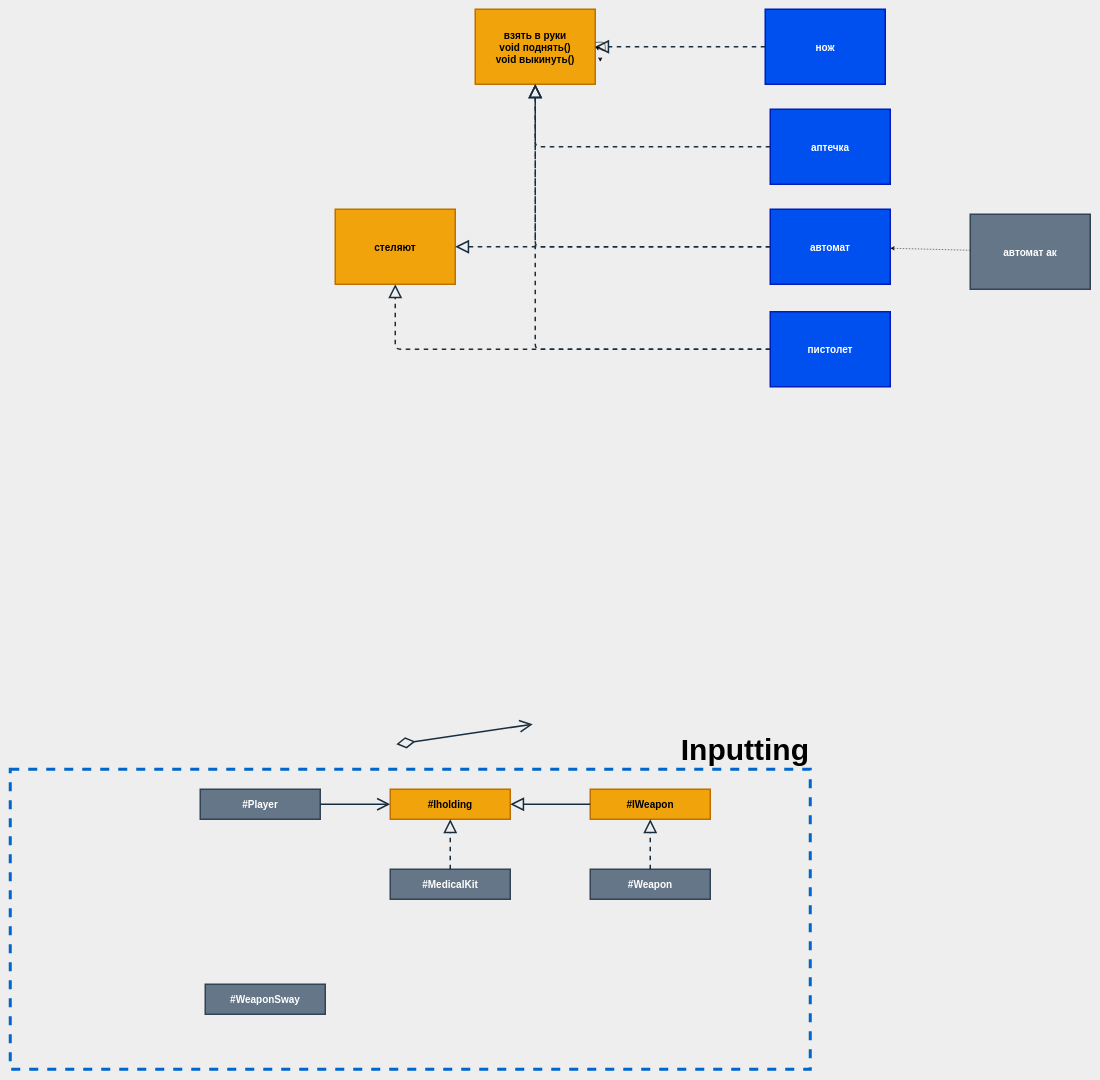
Before: Shooter/Assets/Scripts/Map/Map.drawio in Anton2781618/Shooter, a draw.io diagram. Source tidied: cells renumbered, new cells numbered last; positions are measured from the earlier drawing's top-left corner, leaving out a move shared by most shapes. Both pictures are drawn from the tidied source at 50%, with x=0, y=0 at pixel (10, 9).
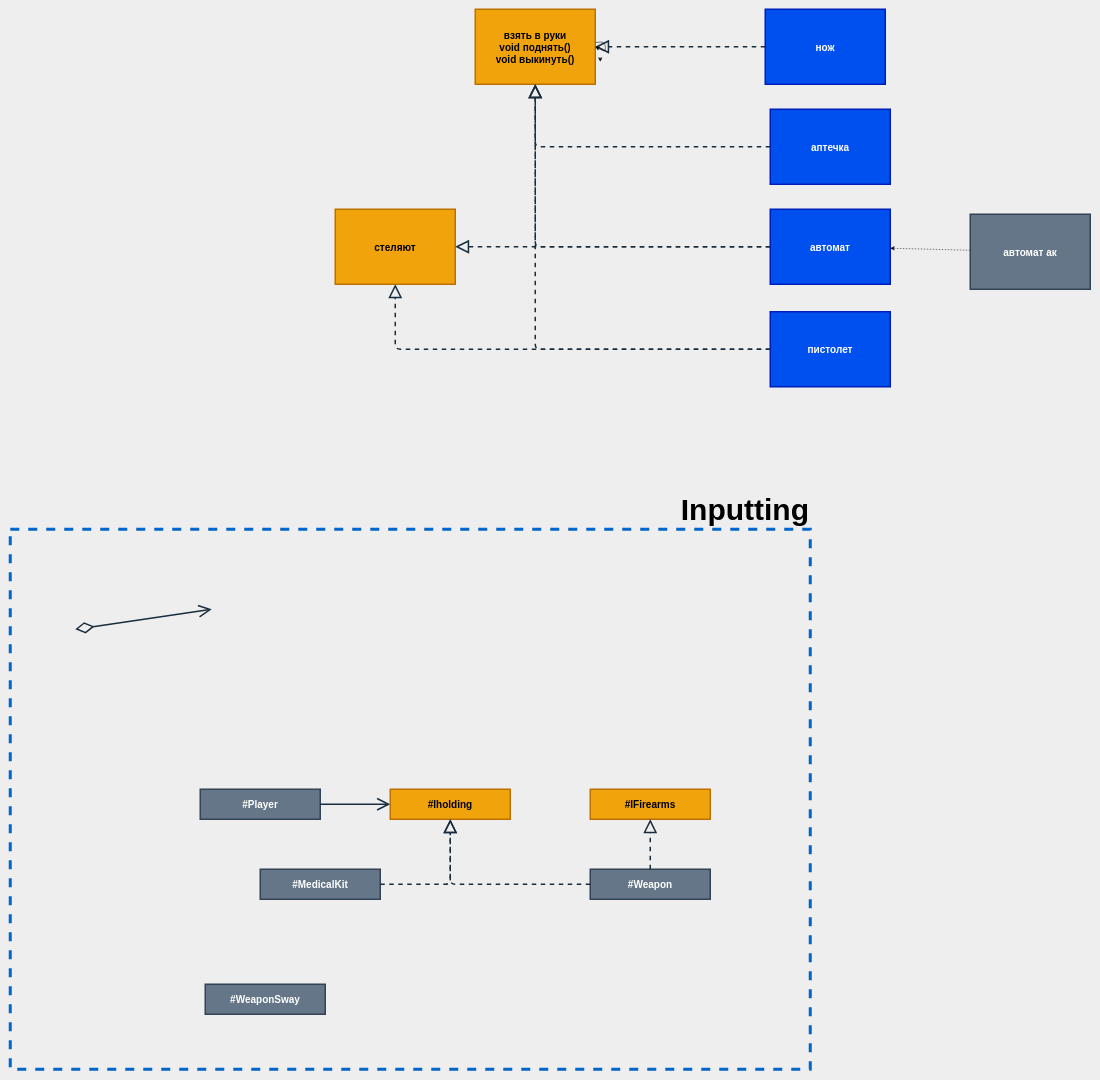
The same page after the edit.

Unchanged cells that the change refers to:
```xml
<mxCell id="5" value="#Weapon" style="whiteSpace=wrap;fillColor=#647687;labelBackgroundColor=none;strokeWidth=3;strokeColor=#314354;fontSize=20;fontStyle=1;fontColor=#ffffff;" parent="1" vertex="1">
  <mxGeometry x="1160" y="1720" width="240" height="60" as="geometry" />
</mxCell>
<mxCell id="9" value="#Iholding" style="whiteSpace=wrap;fillColor=#f0a30a;labelBackgroundColor=none;strokeWidth=3;strokeColor=#BD7000;fontSize=20;fontStyle=1;fontColor=#000000;" parent="1" vertex="1">
  <mxGeometry x="760" y="1560" width="240" height="60" as="geometry" />
</mxCell>
```

Diff of the diagram source:
```diff
@@
-    <mxCell id="2" value="#IWeapon" style="whiteSpace=wrap;fillColor=#f0a30a;labelBackgroundColor=none;strokeWidth=3;strokeColor=#BD7000;fontSize=20;fontStyle=1;fontColor=#000000;" parent="1" vertex="1">
+    <mxCell id="2" value="#IFirearms" style="whiteSpace=wrap;fillColor=#f0a30a;labelBackgroundColor=none;strokeWidth=3;strokeColor=#BD7000;fontSize=20;fontStyle=1;fontColor=#000000;" parent="1" vertex="1">
       <mxGeometry x="1160" y="1560" width="240" height="60" as="geometry" />
     </mxCell>
@@
     <mxCell id="7" value="&lt;font color=&quot;#000000&quot;&gt;Inputting&lt;/font&gt;" style="rounded=0;whiteSpace=wrap;html=1;fontSize=60;fillColor=none;dashed=1;strokeWidth=6;align=right;horizontal=1;verticalAlign=bottom;fontStyle=1;labelPosition=center;verticalLabelPosition=top;imageAspect=1;backgroundOutline=0;strokeColor=#0066CC;perimeter=rectanglePerimeter;fixDash=0;absoluteArcSize=0;noLabel=0;comic=0;" parent="1" vertex="1">
-      <mxGeometry y="1520" width="1600" height="600" as="geometry" />
+      <mxGeometry y="1040" width="1600" height="1080" as="geometry" />
     </mxCell>
     <mxCell id="8" style="rounded=1;sketch=0;orthogonalLoop=1;jettySize=auto;html=1;fontColor=#1A1A1A;startArrow=diamondThin;startFill=0;endArrow=open;endFill=0;startSize=30;endSize=20;targetPerimeterSpacing=0;strokeColor=#182E3E;strokeWidth=3;" parent="1" edge="1">
       <mxGeometry relative="1" as="geometry">
-        <mxPoint x="772" y="1470" as="sourcePoint" />
-        <mxPoint x="1045" y="1430" as="targetPoint" />
+        <mxPoint x="130" y="1240" as="sourcePoint" />
+        <mxPoint x="403" y="1200" as="targetPoint" />
       </mxGeometry>
     </mxCell>
@@
-    <mxCell id="10" style="rounded=1;sketch=0;jettySize=auto;html=1;fontColor=#1A1A1A;startArrow=none;startFill=0;endArrow=block;endFill=0;startSize=30;endSize=20;strokeColor=#182E3E;strokeWidth=3;edgeStyle=orthogonalEdgeStyle;sourcePerimeterSpacing=0;" parent="1" edge="1" source="2" target="9">
-      <mxGeometry relative="1" as="geometry" />
-    </mxCell>
     <mxCell id="11" value="#MedicalKit" style="whiteSpace=wrap;fillColor=#647687;labelBackgroundColor=none;strokeWidth=3;strokeColor=#314354;fontSize=20;fontStyle=1;fontColor=#ffffff;" parent="1" vertex="1">
-      <mxGeometry x="760" y="1720" width="240" height="60" as="geometry" />
+      <mxGeometry x="500" y="1720" width="240" height="60" as="geometry" />
     </mxCell>
@@
+    <mxCell id="30" style="rounded=1;sketch=0;jettySize=auto;html=1;fontColor=#1A1A1A;startArrow=none;startFill=0;endArrow=block;endFill=0;startSize=30;endSize=20;strokeColor=#182E3E;strokeWidth=3;edgeStyle=orthogonalEdgeStyle;dashed=1;sourcePerimeterSpacing=0;" parent="1" edge="1" source="5" target="9">
+      <mxGeometry relative="1" as="geometry" />
+    </mxCell>
```
